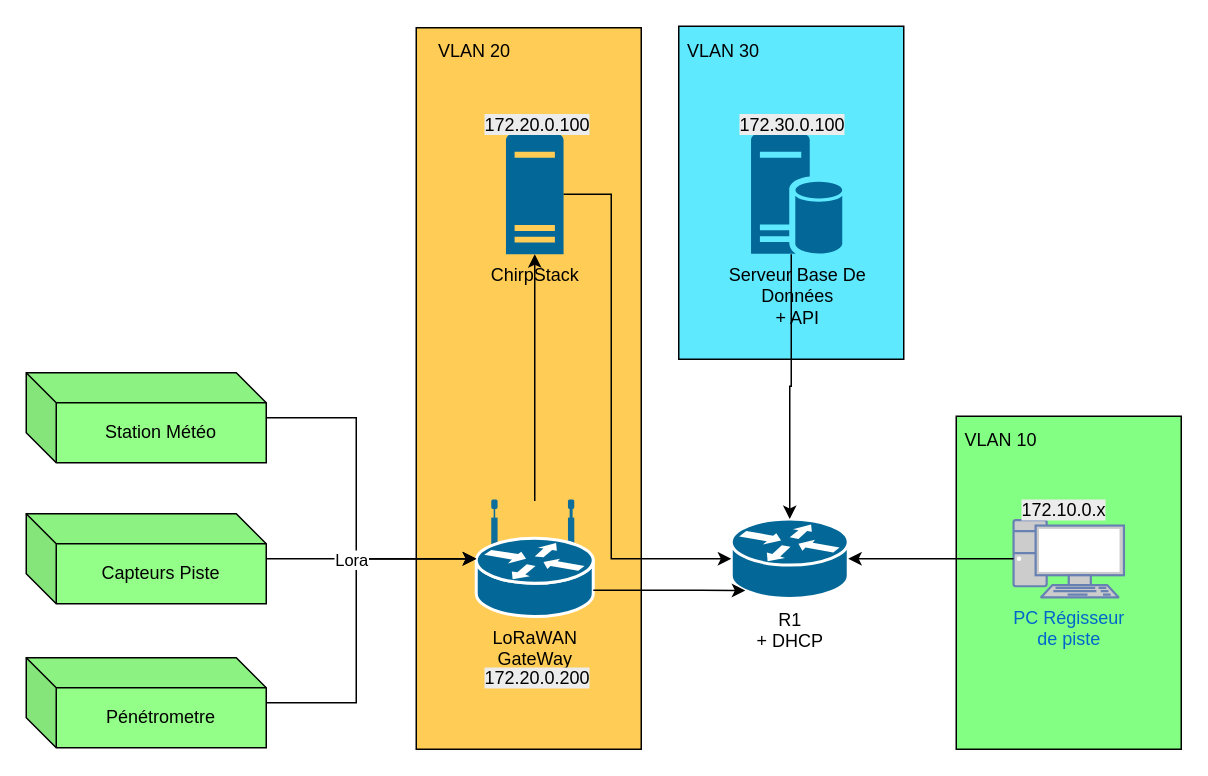
Before: documentation/Schéma_Réseau/SchemaReseauSysteme.drawio in ToGen49/Hippodrome, a draw.io diagram. Source tidied: cells renumbered, new cells numbered last; positions are measured from the earlier drawing's top-left corner, leaving out a move shared by most shapes. Both pictures are drawn from the tidied source at 150%, with x=0, y=0 at pixel (26, 26).
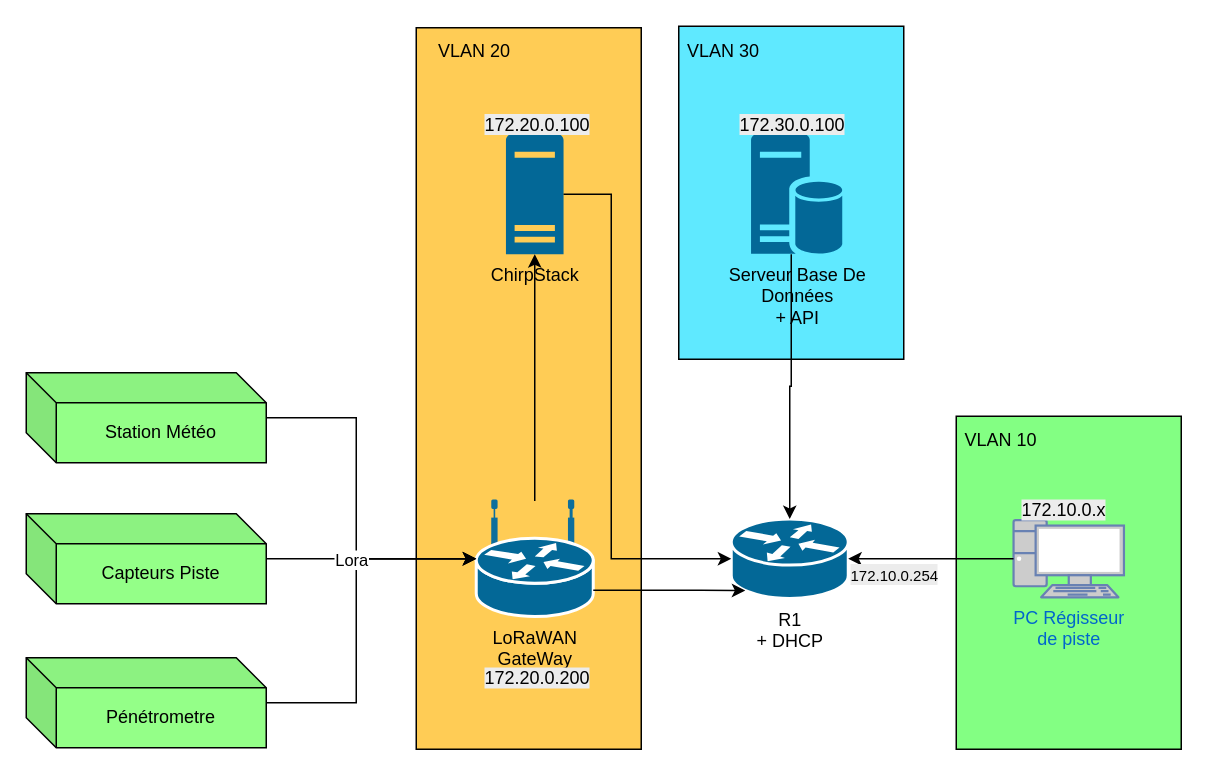
Above is the later version.

Commit message:
Mettre à jour SchemaReseauSysteme.drawio

Diff of the diagram source:
```diff
@@
+    <mxCell id="29" value="&lt;span style=&quot;color: rgb(0, 0, 0); font-family: Helvetica; font-style: normal; font-variant-ligatures: normal; font-variant-caps: normal; font-weight: 400; letter-spacing: normal; orphans: 2; text-align: center; text-indent: 0px; text-transform: none; widows: 2; word-spacing: 0px; -webkit-text-stroke-width: 0px; white-space: nowrap; background-color: rgb(236, 236, 236); text-decoration-thickness: initial; text-decoration-style: initial; text-decoration-color: initial; float: none; display: inline !important;&quot;&gt;&lt;font style=&quot;font-size: 10px;&quot;&gt;172.10.0.254&lt;/font&gt;&lt;/span&gt;" style="text;whiteSpace=wrap;html=1;" parent="1" vertex="1">
+      <mxGeometry x="548" y="352" width="62" height="20" as="geometry" />
+    </mxCell>
```
